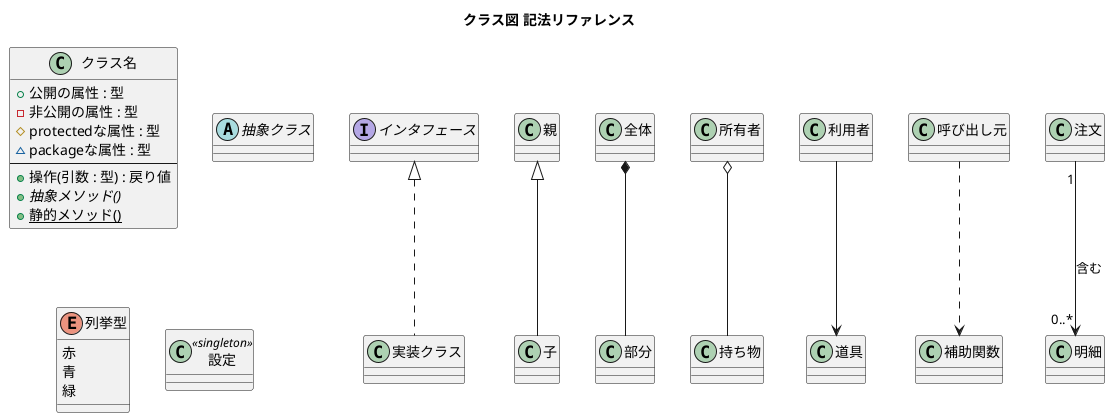
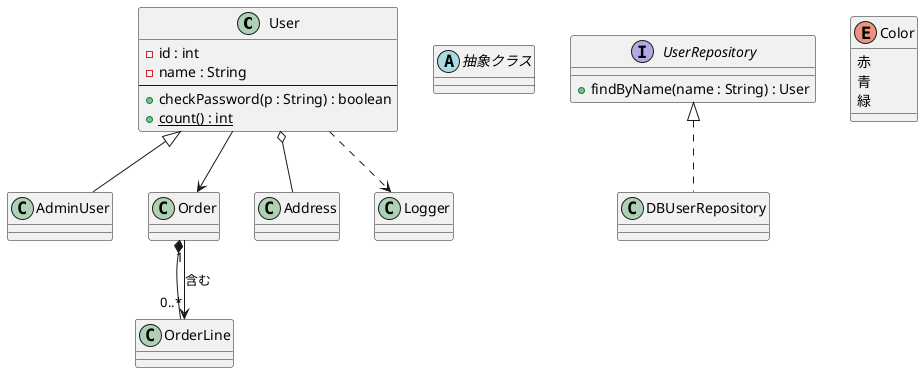
@startuml
- ' ============================================================
- '  クラス図 記法リファレンス（「こう書くとこうなる」集）
- '  ※ コメントは行頭の ' のみ。行末コメント不可。
- ' ============================================================
- title クラス図 記法リファレンス
- 
- ' ▼ クラスはこう書く： class 名前 { 属性 -- 操作 }
- '   可視性の記号:  + public  - private  # protected  ~ package
- '   -- を入れると属性と操作を仕切る線が引ける
- class クラス名 {
-   + 公開の属性 : 型
-   - 非公開の属性 : 型
-   # protectedな属性 : 型
-   ~ packageな属性 : 型
+ ' 可視性:  + public  - private  # protected  ~ package
+ class User {
+   - id : int
+   - name : String
  --
-   + 操作(引数 : 型) : 戻り値
-   + {abstract} 抽象メソッド()
-   + {static} 静的メソッド()
+   + checkPassword(p : String) : boolean
+   + {static} count() : int
}

- ' ▼ 種類を変えたいときはキーワードを変える
abstract class 抽象クラス
- interface インタフェース
- enum 列挙型 {
+ interface UserRepository {
+   + findByName(name : String) : User
+ }
+ enum Color {
  赤
  青
  緑
}

- ' ▼ ステレオタイプ（役割の注記）は <<>> で付けられる
- class 設定 <<singleton>>
- 
- ' ▼ 関係（線）はこう引く ----------------------------------
- '   <|--  継承（is-a）
- 親 <|-- 子
- 
- '   <|..  インタフェース実装
- インタフェース <|.. 実装クラス
- 
- '   *--   コンポジション（強い所有・部分は単独で存在できない）
- 全体 *-- 部分
- 
- '   o--   集約（弱い所有）
- 所有者 o-- 持ち物
- 
- '   -->   関連（A が B を使う・参照する）
- 利用者 --> 道具
- 
- '   ..>   依存（点線・一時的に使うだけ）
- 呼び出し元 ..> 補助関数
- 
- ' ▼ 多重度・ロール名・関係の意味はこう書く
- '   両端の "数" が多重度、: の後ろが関係の名前
- 注文 "1" --> "0..*" 明細 : 含む
- 
+ ' 関係の線
+ ' <|.. 実装
+ UserRepository <|.. DBUserRepository
+ ' <|-- 継承
+ User <|-- AdminUser
+ ' *-- コンポジション(強い所有)
+ Order *-- OrderLine
+ ' o-- 集約(弱い所有)
+ User o-- Address
+ ' --> 関連(使う)
+ User --> Order
+ ' ..> 依存(一時的に使う)
+ User ..> Logger
+ ' 多重度と関係名
+ Order "1" --> "0..*" OrderLine : 含む
@enduml
